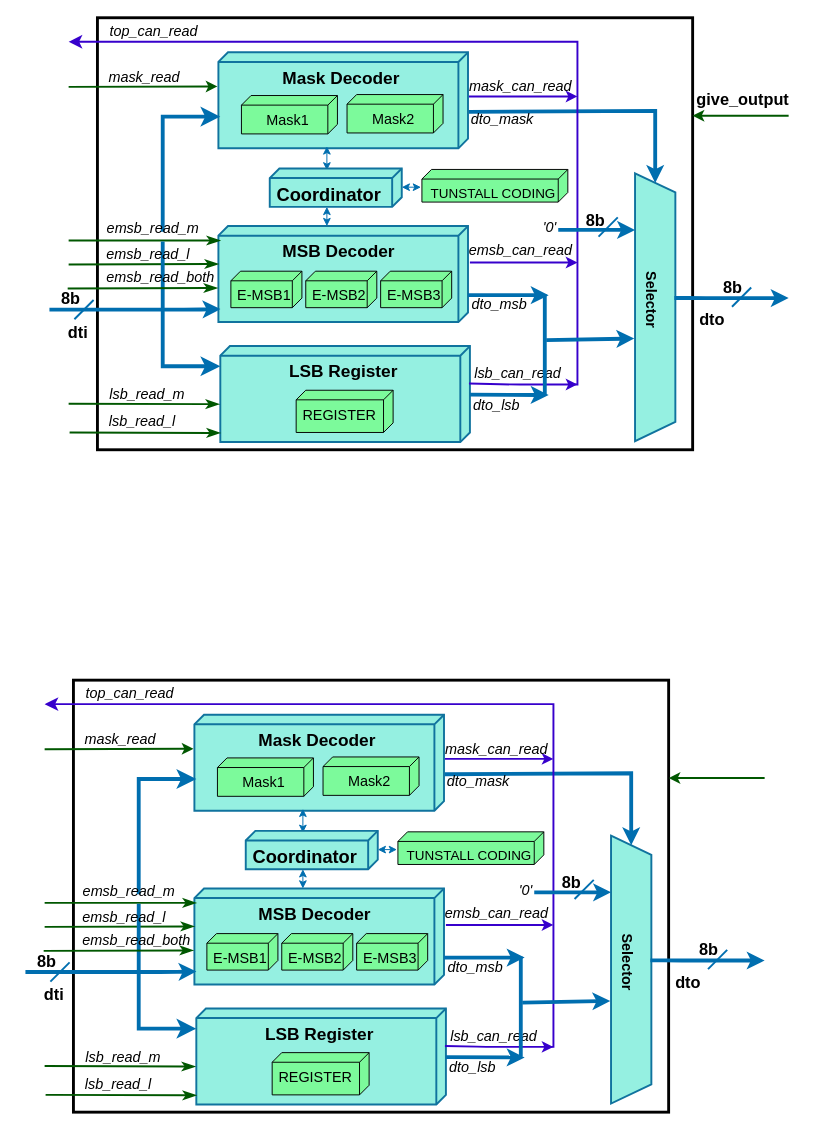
Earlier version of the draw.io diagram decompressor.drawio (Nithyarajoman/Drawio-figures). Source tidied: cells renumbered, new cells numbered last; positions are measured from the earlier drawing's top-left corner, leaving out a move shared by most shapes. Both pictures are drawn from the tidied source at 96%, with x=0, y=0 at pixel (25, 16).
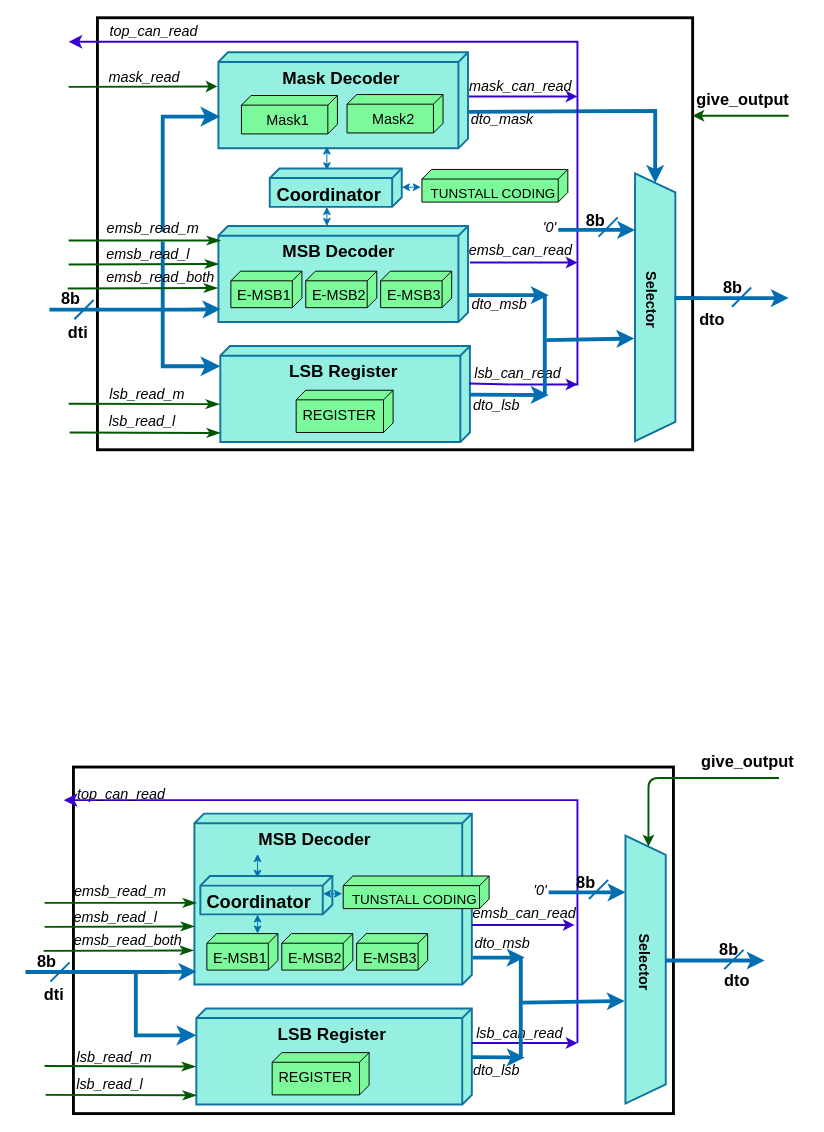
The same diagram, later.

The edit, as a diff of the source:
```diff
@@
     <mxCell id="63" style="rounded=0;whiteSpace=wrap;html=1;fillStyle=solid;strokeColor=#000000;strokeWidth=3;fillColor=none;" parent="1" vertex="1">
-      <mxGeometry x="50" y="691" width="620" height="450" as="geometry" />
+      <mxGeometry x="50" y="781.5" width="625" height="361" as="geometry" />
     </mxCell>
     <mxCell id="64" value="&lt;font style=&quot;font-size: 15px;&quot;&gt;&lt;i&gt;'0'&lt;/i&gt;&lt;/font&gt;" style="text;strokeColor=none;align=center;fillColor=none;html=1;verticalAlign=middle;whiteSpace=wrap;rounded=0;fontSize=17;" parent="1" vertex="1">
-      <mxGeometry x="511" y="895" width="21" height="30" as="geometry" />
+      <mxGeometry x="526" y="895" width="21" height="30" as="geometry" />
     </mxCell>
     <mxCell id="65" value="&lt;font size=&quot;1&quot; color=&quot;#000000&quot;&gt;&lt;b style=&quot;font-size: 18px;&quot;&gt;LSB Register&lt;/b&gt;&lt;/font&gt;" style="verticalAlign=top;align=center;shape=cube;size=10;direction=south;fontStyle=0;html=1;boundedLbl=1;spacingLeft=5;rounded=1;fillColor=#95F0E1;strokeColor=#10739e;strokeWidth=2;" parent="1" vertex="1">
-      <mxGeometry x="178" y="1033" width="260" height="100" as="geometry" />
+      <mxGeometry x="178" y="1033" width="287" height="100" as="geometry" />
     </mxCell>
-    <mxCell id="66" value="&lt;font style=&quot;font-size: 18px;&quot; color=&quot;#000000&quot;&gt;&amp;nbsp; &amp;nbsp; &amp;nbsp; &amp;nbsp; &amp;nbsp; &amp;nbsp;&amp;nbsp;&lt;b&gt;Mask Decoder&lt;/b&gt;&lt;/font&gt;" style="verticalAlign=top;align=left;shape=cube;size=10;direction=south;fontStyle=0;html=1;boundedLbl=1;spacingLeft=5;rounded=1;fillColor=#95F0E1;strokeColor=#10739e;strokeWidth=2;" parent="1" vertex="1">
-      <mxGeometry x="176" y="727" width="260" height="100" as="geometry" />
-    </mxCell>
-    <mxCell id="67" value="&lt;font style=&quot;font-size: 15px;&quot;&gt;Mask1&lt;/font&gt;" style="verticalAlign=top;align=center;shape=cube;size=10;direction=south;html=1;boundedLbl=1;spacingLeft=5;rounded=1;fillColor=#7CFA9B;strokeColor=#000000;fontColor=#000000;" parent="66" vertex="1">
-      <mxGeometry width="100" height="40" relative="1" as="geometry">
-        <mxPoint x="24" y="45" as="offset" />
-      </mxGeometry>
-    </mxCell>
-    <mxCell id="68" value="&lt;font style=&quot;font-size: 15px;&quot;&gt;Mask2&lt;/font&gt;" style="verticalAlign=top;align=center;shape=cube;size=10;direction=south;html=1;boundedLbl=1;spacingLeft=5;rounded=1;fillColor=#7CFA9B;strokeColor=#000000;fontColor=#000000;" parent="66" vertex="1">
-      <mxGeometry width="100" height="40" relative="1" as="geometry">
-        <mxPoint x="134" y="44" as="offset" />
-      </mxGeometry>
-    </mxCell>
     <mxCell id="69" value="&lt;font size=&quot;1&quot; color=&quot;#000000&quot;&gt;&lt;b style=&quot;font-size: 18px;&quot;&gt;&amp;nbsp; &amp;nbsp; &amp;nbsp; &amp;nbsp; &amp;nbsp; &amp;nbsp; MSB Decoder&lt;/b&gt;&lt;/font&gt;" style="verticalAlign=top;align=left;shape=cube;size=10;direction=south;fontStyle=0;html=1;boundedLbl=1;spacingLeft=5;rounded=1;fillColor=#95F0E1;strokeColor=#10739e;strokeWidth=2;" parent="1" vertex="1">
-      <mxGeometry x="176" y="908" width="260" height="100" as="geometry" />
+      <mxGeometry x="176" y="830" width="289" height="178" as="geometry" />
     </mxCell>
@@
     <mxCell id="71" style="shape=trapezoid;perimeter=trapezoidPerimeter;whiteSpace=wrap;html=1;fixedSize=1;strokeColor=#10739e;fillColor=#95F0E1;direction=south;strokeWidth=2;" parent="1" vertex="1">
-      <mxGeometry x="610" y="853" width="42" height="279" as="geometry" />
+      <mxGeometry x="625" y="853" width="42" height="279" as="geometry" />
     </mxCell>
-    <mxCell id="72" style="html=1;fontColor=#000000;shadow=0;strokeColor=#006EAF;strokeWidth=4;entryX=0;entryY=0.5;entryDx=0;entryDy=0;rounded=0;" parent="1" edge="1" target="71">
-      <mxGeometry relative="1" as="geometry">
-        <mxPoint x="437" y="789" as="sourcePoint" />
-        <Array as="points">
-          <mxPoint x="631" y="788" />
-        </Array>
-      </mxGeometry>
-    </mxCell>
-    <mxCell id="73" style="edgeStyle=none;html=1;fontColor=#000000;shadow=0;strokeColor=#006EAF;strokeWidth=4;" parent="1" edge="1">
+    <mxCell id="73" style="edgeStyle=none;html=1;fontColor=#000000;shadow=0;strokeColor=#006EAF;strokeWidth=4;exitX=0.466;exitY=-0.004;exitDx=0;exitDy=0;exitPerimeter=0;" parent="1" edge="1" source="71">
       <mxGeometry relative="1" as="geometry">
-        <mxPoint x="651" y="982.9" as="sourcePoint" />
         <mxPoint x="770" y="983" as="targetPoint" />
         <Array as="points">
           <mxPoint x="674" y="983" />
         </Array>
       </mxGeometry>
     </mxCell>
@@
     <mxCell id="76" value="&lt;font size=&quot;1&quot; color=&quot;#000000&quot;&gt;&lt;b style=&quot;font-size: 15px;&quot;&gt;Selector&lt;/b&gt;&lt;/font&gt;" style="text;strokeColor=none;align=center;fillColor=none;html=1;verticalAlign=middle;whiteSpace=wrap;rounded=0;direction=west;spacingRight=0;labelPosition=center;verticalLabelPosition=middle;flipV=0;flipH=1;rotation=90;" parent="1" vertex="1">
-      <mxGeometry x="598" y="978" width="60" height="14" as="geometry" />
+      <mxGeometry x="616" y="978" width="60" height="14" as="geometry" />
     </mxCell>
-    <mxCell id="77" style="html=1;fontColor=#000000;shadow=0;strokeColor=#3700CC;fillColor=#6a00ff;strokeWidth=2;" parent="1" edge="1">
-      <mxGeometry relative="1" as="geometry">
-        <mxPoint x="437" y="773" as="sourcePoint" />
-        <mxPoint x="550" y="773" as="targetPoint" />
-      </mxGeometry>
-    </mxCell>
     <mxCell id="78" style="edgeStyle=none;html=1;fontColor=#000000;shadow=0;strokeColor=#3700CC;fillColor=#6a00ff;strokeWidth=2;" parent="1" edge="1">
       <mxGeometry relative="1" as="geometry">
-        <mxPoint x="438" y="946" as="sourcePoint" />
-        <mxPoint x="550" y="946" as="targetPoint" />
+        <mxPoint x="465" y="946" as="sourcePoint" />
+        <mxPoint x="572" y="946" as="targetPoint" />
       </mxGeometry>
     </mxCell>
     <mxCell id="79" style="edgeStyle=segmentEdgeStyle;endArrow=classic;html=1;curved=0;rounded=0;endSize=8;startSize=8;fontColor=#000000;strokeColor=#3700CC;fillColor=#6a00ff;strokeWidth=2;" parent="1" edge="1">
       <mxGeometry relative="1" as="geometry">
-        <mxPoint x="540" y="1073" as="sourcePoint" />
-        <mxPoint x="20" y="716" as="targetPoint" />
+        <mxPoint x="575" y="1069" as="sourcePoint" />
+        <mxPoint x="40" y="816" as="targetPoint" />
         <Array as="points">
-          <mxPoint x="540" y="1073" />
-          <mxPoint x="550" y="1073" />
-          <mxPoint x="550" y="716" />
+          <mxPoint x="575" y="1069" />
+          <mxPoint x="575" y="816" />
         </Array>
       </mxGeometry>
     </mxCell>
     <mxCell id="80" style="edgeStyle=none;html=1;fontColor=#000000;shadow=0;strokeColor=#3700CC;fillColor=#6a00ff;strokeWidth=2;" parent="1" edge="1">
       <mxGeometry relative="1" as="geometry">
-        <mxPoint x="437" y="1072" as="sourcePoint" />
-        <mxPoint x="550" y="1073" as="targetPoint" />
+        <mxPoint x="465" y="1069" as="sourcePoint" />
+        <mxPoint x="575" y="1069" as="targetPoint" />
         <Array as="points">
-          <mxPoint x="480" y="1073" />
+          <mxPoint x="502" y="1069" />
         </Array>
       </mxGeometry>
     </mxCell>
@@
-    <mxCell id="82" style="edgeStyle=segmentEdgeStyle;endArrow=classic;html=1;curved=0;rounded=0;endSize=8;startSize=8;strokeColor=#006EAF;fillColor=#1ba1e2;strokeWidth=4;" parent="1" edge="1">
-      <mxGeometry relative="1" as="geometry">
-        <mxPoint x="118" y="914" as="sourcePoint" />
-        <mxPoint x="178" y="794" as="targetPoint" />
-        <Array as="points">
-          <mxPoint x="118" y="914" />
-          <mxPoint x="118" y="794" />
-        </Array>
-      </mxGeometry>
-    </mxCell>
     <mxCell id="83" style="edgeStyle=segmentEdgeStyle;endArrow=classic;html=1;curved=0;rounded=0;endSize=8;startSize=8;strokeColor=#006EAF;fillColor=#1ba1e2;strokeWidth=4;" parent="1" edge="1">
       <mxGeometry relative="1" as="geometry">
-        <mxPoint x="118" y="924" as="sourcePoint" />
-        <mxPoint x="178" y="1054" as="targetPoint" />
+        <mxPoint x="115" y="997" as="sourcePoint" />
+        <mxPoint x="178" y="1061" as="targetPoint" />
         <Array as="points">
-          <mxPoint x="118" y="924" />
-          <mxPoint x="118" y="1054" />
+          <mxPoint x="115" y="1061" />
         </Array>
       </mxGeometry>
     </mxCell>
-    <mxCell id="84" style="endArrow=classic;startArrow=none;endFill=1;startFill=0;html=1;verticalAlign=bottom;labelBackgroundColor=none;strokeWidth=2;shadow=0;sketch=0;fontColor=#000000;fillColor=#008a00;strokeColor=#005700;" parent="1" edge="1">
-      <mxGeometry relative="1" as="geometry">
-        <mxPoint x="20" y="763" as="sourcePoint" />
-        <mxPoint x="175" y="762.5" as="targetPoint" />
-      </mxGeometry>
-    </mxCell>
@@
-    <mxCell id="86" style="html=1;fontColor=#000000;shadow=0;strokeColor=#006EAF;strokeWidth=4;" parent="1" edge="1">
+    <mxCell id="86" style="html=1;fontColor=#000000;shadow=0;strokeColor=#006EAF;strokeWidth=4;exitX=0.433;exitY=0.167;exitDx=0;exitDy=0;exitPerimeter=0;" parent="1" edge="1">
       <mxGeometry relative="1" as="geometry">
-        <mxPoint x="436" y="980" as="sourcePoint" />
+        <mxPoint x="466" y="980" as="sourcePoint" />
         <mxPoint x="520" y="980" as="targetPoint" />
       </mxGeometry>
     </mxCell>
@@
     <mxCell id="88" style="endArrow=none;html=1;strokeColor=#006EAF;strokeWidth=2;" parent="1" edge="1">
       <mxGeometry relative="1" as="geometry">
-        <mxPoint x="711" y="992" as="sourcePoint" />
-        <mxPoint x="731" y="972" as="targetPoint" />
+        <mxPoint x="728" y="992" as="sourcePoint" />
+        <mxPoint x="748" y="972" as="targetPoint" />
       </mxGeometry>
     </mxCell>
@@
     <mxCell id="90" value="&lt;b&gt;&lt;font style=&quot;font-size: 17px;&quot;&gt;8b&lt;/font&gt;&lt;/b&gt;" style="text;strokeColor=none;align=center;fillColor=none;html=1;verticalAlign=middle;whiteSpace=wrap;rounded=0;" parent="1" vertex="1">
-      <mxGeometry x="677" y="960" width="70" height="25" as="geometry" />
+      <mxGeometry x="698" y="960" width="70" height="25" as="geometry" />
     </mxCell>
     <mxCell id="91" value="&lt;b&gt;&lt;font style=&quot;font-size: 17px;&quot;&gt;dto&lt;/font&gt;&lt;/b&gt;" style="text;strokeColor=none;align=center;fillColor=none;html=1;verticalAlign=middle;whiteSpace=wrap;rounded=0;" parent="1" vertex="1">
-      <mxGeometry x="649.5" y="990" width="80.5" height="33" as="geometry" />
+      <mxGeometry x="701" y="988" width="80.5" height="33" as="geometry" />
     </mxCell>
-    <mxCell id="92" value="&lt;font style=&quot;font-size: 15px;&quot;&gt;&lt;i&gt;mask_read&lt;/i&gt;&lt;/font&gt;" style="text;strokeColor=none;align=center;fillColor=none;html=1;verticalAlign=middle;whiteSpace=wrap;rounded=0;fontSize=17;" parent="1" vertex="1">
-      <mxGeometry x="69" y="738" width="60" height="30" as="geometry" />
-    </mxCell>
     <mxCell id="93" value="&lt;font style=&quot;font-size: 15px;&quot;&gt;&lt;i&gt;emsb_read_m&lt;/i&gt;&lt;/font&gt;" style="text;strokeColor=none;align=center;fillColor=none;html=1;verticalAlign=middle;whiteSpace=wrap;rounded=0;fontSize=17;" parent="1" vertex="1">
-      <mxGeometry x="78" y="893" width="60" height="35" as="geometry" />
+      <mxGeometry x="69" y="893" width="60" height="35" as="geometry" />
     </mxCell>
     <mxCell id="94" value="&lt;font style=&quot;font-size: 15px;&quot;&gt;&lt;i&gt;emsb_read_l&lt;/i&gt;&lt;/font&gt;" style="text;strokeColor=none;align=center;fillColor=none;html=1;verticalAlign=middle;whiteSpace=wrap;rounded=0;fontSize=17;" parent="1" vertex="1">
-      <mxGeometry x="73" y="923" width="60" height="30" as="geometry" />
+      <mxGeometry x="64" y="923" width="60" height="30" as="geometry" />
     </mxCell>
     <mxCell id="95" value="&lt;font style=&quot;font-size: 15px;&quot;&gt;&lt;i&gt;lsb_read_m&lt;/i&gt;&lt;/font&gt;" style="text;strokeColor=none;align=center;fillColor=none;html=1;verticalAlign=middle;whiteSpace=wrap;rounded=0;fontSize=17;" parent="1" vertex="1">
-      <mxGeometry x="72" y="1069" width="60" height="30" as="geometry" />
+      <mxGeometry x="63" y="1069" width="60" height="30" as="geometry" />
     </mxCell>
     <mxCell id="96" value="&lt;font style=&quot;font-size: 15px;&quot;&gt;&lt;i&gt;lsb_read_l&lt;/i&gt;&lt;/font&gt;" style="text;strokeColor=none;align=center;fillColor=none;html=1;verticalAlign=middle;whiteSpace=wrap;rounded=0;fontSize=17;" parent="1" vertex="1">
-      <mxGeometry x="67" y="1097" width="60" height="30" as="geometry" />
+      <mxGeometry x="58" y="1097" width="60" height="30" as="geometry" />
     </mxCell>
-    <mxCell id="97" value="&lt;font style=&quot;font-size: 15px;&quot;&gt;&lt;i&gt;mask_can_read&lt;/i&gt;&lt;/font&gt;" style="text;strokeColor=none;align=center;fillColor=none;html=1;verticalAlign=middle;whiteSpace=wrap;rounded=0;fontSize=17;" parent="1" vertex="1">
-      <mxGeometry x="461" y="748" width="60" height="30" as="geometry" />
-    </mxCell>
     <mxCell id="98" value="&lt;font style=&quot;font-size: 15px;&quot;&gt;&lt;i&gt;emsb_can_read&lt;/i&gt;&lt;/font&gt;" style="text;strokeColor=none;align=center;fillColor=none;html=1;verticalAlign=middle;whiteSpace=wrap;rounded=0;fontSize=17;" parent="1" vertex="1">
-      <mxGeometry x="461" y="919" width="60" height="30" as="geometry" />
+      <mxGeometry x="490" y="919" width="60" height="30" as="geometry" />
     </mxCell>
     <mxCell id="99" value="&lt;font style=&quot;font-size: 15px;&quot;&gt;&lt;i&gt;lsb_can_read&lt;/i&gt;&lt;/font&gt;" style="text;strokeColor=none;align=center;fillColor=none;html=1;verticalAlign=middle;whiteSpace=wrap;rounded=0;fontSize=17;" parent="1" vertex="1">
-      <mxGeometry x="458" y="1047" width="60" height="30" as="geometry" />
+      <mxGeometry x="485" y="1044" width="60" height="30" as="geometry" />
     </mxCell>
@@
     <mxCell id="101" value="&lt;font style=&quot;font-size: 15px;&quot;&gt;&lt;i&gt;top_can_read&lt;/i&gt;&lt;/font&gt;" style="text;strokeColor=none;align=center;fillColor=none;html=1;verticalAlign=middle;whiteSpace=wrap;rounded=0;fontSize=17;" parent="1" vertex="1">
-      <mxGeometry x="79" y="690" width="60" height="30" as="geometry" />
+      <mxGeometry x="70" y="795" width="60" height="30" as="geometry" />
     </mxCell>
@@
-    <mxCell id="104" value="&lt;font style=&quot;font-size: 15px;&quot;&gt;&lt;i&gt;dto_mask&lt;/i&gt;&lt;/font&gt;" style="text;strokeColor=none;align=center;fillColor=none;html=1;verticalAlign=middle;whiteSpace=wrap;rounded=0;fontSize=17;" parent="1" vertex="1">
-      <mxGeometry x="442" y="782" width="60" height="30" as="geometry" />
-    </mxCell>
-    <mxCell id="105" value="&lt;font style=&quot;font-size: 15px;&quot;&gt;&lt;i&gt;dto_msb&lt;/i&gt;&lt;/font&gt;" style="text;strokeColor=none;align=center;fillColor=none;html=1;verticalAlign=middle;whiteSpace=wrap;rounded=0;fontSize=17;" parent="1" vertex="1">
-      <mxGeometry x="439" y="975" width="60" height="30" as="geometry" />
-    </mxCell>
     <mxCell id="106" value="&lt;font style=&quot;font-size: 15px;&quot;&gt;&lt;i&gt;dto_lsb&lt;/i&gt;&lt;/font&gt;" style="text;strokeColor=none;align=center;fillColor=none;html=1;verticalAlign=middle;whiteSpace=wrap;rounded=0;fontSize=17;" parent="1" vertex="1">
-      <mxGeometry x="436" y="1080" width="60" height="30" as="geometry" />
+      <mxGeometry x="461" y="1083" width="60" height="30" as="geometry" />
     </mxCell>
     <mxCell id="107" style="html=1;fontColor=#000000;shadow=0;strokeColor=#006EAF;strokeWidth=4;" parent="1" edge="1">
       <mxGeometry relative="1" as="geometry">
-        <mxPoint x="530" y="912" as="sourcePoint" />
-        <mxPoint x="610" y="912" as="targetPoint" />
+        <mxPoint x="545" y="912" as="sourcePoint" />
+        <mxPoint x="625" y="912" as="targetPoint" />
       </mxGeometry>
     </mxCell>
     <mxCell id="108" value="&lt;b&gt;&lt;font style=&quot;font-size: 17px;&quot;&gt;8b&lt;/font&gt;&lt;/b&gt;" style="text;strokeColor=none;align=center;fillColor=none;html=1;verticalAlign=middle;whiteSpace=wrap;rounded=0;" parent="1" vertex="1">
-      <mxGeometry x="538" y="890" width="62" height="25" as="geometry" />
+      <mxGeometry x="553" y="890" width="62" height="25" as="geometry" />
     </mxCell>
     <mxCell id="109" style="endArrow=none;html=1;strokeColor=#006EAF;strokeWidth=2;" parent="1" edge="1">
       <mxGeometry relative="1" as="geometry">
-        <mxPoint x="572" y="919" as="sourcePoint" />
-        <mxPoint x="592" y="899" as="targetPoint" />
+        <mxPoint x="587" y="919" as="sourcePoint" />
+        <mxPoint x="607" y="899" as="targetPoint" />
       </mxGeometry>
     </mxCell>
-    <mxCell id="110" style="endArrow=classic;startArrow=none;endFill=1;startFill=0;html=1;verticalAlign=bottom;labelBackgroundColor=none;strokeWidth=2;shadow=0;sketch=0;fontColor=#000000;fillColor=#008a00;strokeColor=#005700;" parent="1" edge="1">
+    <mxCell id="110" style="endArrow=classic;startArrow=none;endFill=1;startFill=0;html=1;verticalAlign=bottom;labelBackgroundColor=none;strokeWidth=2;shadow=0;sketch=0;fontColor=#000000;fillColor=#008a00;strokeColor=#005700;entryX=0.04;entryY=0.429;entryDx=0;entryDy=0;entryPerimeter=0;" parent="1" edge="1" target="71">
       <mxGeometry relative="1" as="geometry">
-        <mxPoint x="770" y="793" as="sourcePoint" />
-        <mxPoint x="670" y="793" as="targetPoint" />
+        <mxPoint x="785" y="793" as="sourcePoint" />
+        <Array as="points">
+          <mxPoint x="710" y="793" />
+          <mxPoint x="649" y="793" />
+        </Array>
       </mxGeometry>
     </mxCell>
@@
     <mxCell id="113" value="&lt;font style=&quot;font-size: 15px;&quot;&gt;&lt;i&gt;emsb_read_both&lt;/i&gt;&lt;/font&gt;" style="text;strokeColor=none;align=center;fillColor=none;html=1;verticalAlign=middle;whiteSpace=wrap;rounded=0;fontSize=17;" parent="1" vertex="1">
-      <mxGeometry x="86" y="947" width="60" height="30" as="geometry" />
+      <mxGeometry x="77" y="947" width="60" height="30" as="geometry" />
     </mxCell>
     <mxCell id="114" style="endArrow=classic;startArrow=classic;html=1;rounded=0;strokeColor=#006eaf;fontColor=default;exitX=0.125;exitY=0.502;exitDx=0;exitDy=0;exitPerimeter=0;" parent="1" edge="1">
       <mxGeometry relative="1" as="geometry">
-        <mxPoint x="289" y="850" as="sourcePoint" />
-        <mxPoint x="289" y="825" as="targetPoint" />
+        <mxPoint x="241.7" y="897" as="sourcePoint" />
+        <mxPoint x="241.8" y="872" as="targetPoint" />
       </mxGeometry>
     </mxCell>
     <mxCell id="115" value="&lt;font style=&quot;font-size: 14px;&quot;&gt;TUNSTALL CODING&lt;/font&gt;" style="verticalAlign=top;align=center;shape=cube;size=10;direction=south;html=1;boundedLbl=1;spacingLeft=5;rounded=1;fillColor=#7CFA9B;fontColor=#000000;strokeColor=#000000;" parent="1" vertex="1">
-      <mxGeometry x="388" y="849" width="152" height="34" as="geometry" />
+      <mxGeometry x="331" y="895" width="152" height="34" as="geometry" />
     </mxCell>
     <mxCell id="116" style="endArrow=classic;startArrow=classic;html=1;rounded=0;strokeColor=#006eaf;fontColor=default;" parent="1" edge="1">
       <mxGeometry relative="1" as="geometry">
-        <mxPoint x="289" y="908" as="sourcePoint" />
-        <mxPoint x="289" y="888" as="targetPoint" />
+        <mxPoint x="241.8" y="955" as="sourcePoint" />
+        <mxPoint x="241.8" y="935" as="targetPoint" />
       </mxGeometry>
     </mxCell>
@@
     <mxCell id="120" value="&lt;font size=&quot;1&quot; style=&quot;&quot; color=&quot;#000000&quot;&gt;&lt;b style=&quot;font-size: 19px;&quot;&gt;Coordinator&lt;/b&gt;&lt;/font&gt;" style="verticalAlign=top;align=left;shape=cube;size=10;direction=south;fontStyle=0;html=1;boundedLbl=1;spacingLeft=5;rounded=1;fillColor=#95F0E1;strokeColor=#10739e;strokeWidth=2;" parent="1" vertex="1">
-      <mxGeometry x="229.5" y="848" width="137.5" height="40" as="geometry" />
+      <mxGeometry x="182.2" y="895" width="137.5" height="40" as="geometry" />
     </mxCell>
     <mxCell id="121" style="endArrow=classic;startArrow=classic;html=1;rounded=0;strokeColor=#006eaf;fontColor=default;" parent="1" edge="1">
       <mxGeometry relative="1" as="geometry">
-        <mxPoint x="387" y="867.5" as="sourcePoint" />
-        <mxPoint x="367" y="867.5" as="targetPoint" />
+        <mxPoint x="330" y="913.5" as="sourcePoint" />
+        <mxPoint x="310" y="913.5" as="targetPoint" />
       </mxGeometry>
     </mxCell>
@@
+    <mxCell id="123" value="&lt;b&gt;&lt;font style=&quot;font-size: 17px;&quot;&gt;give_output&lt;/font&gt;&lt;/b&gt;" style="text;strokeColor=none;align=center;fillColor=none;html=1;verticalAlign=middle;whiteSpace=wrap;rounded=0;" parent="1" vertex="1">
+      <mxGeometry x="690" y="762" width="125" height="30" as="geometry" />
+    </mxCell>
+    <mxCell id="105" value="&lt;font style=&quot;font-size: 15px;&quot;&gt;&lt;i&gt;dto_msb&lt;/i&gt;&lt;/font&gt;" style="text;strokeColor=none;align=center;fillColor=none;html=1;verticalAlign=middle;whiteSpace=wrap;rounded=0;fontSize=17;" parent="1" vertex="1">
+      <mxGeometry x="467" y="950" width="60" height="30" as="geometry" />
+    </mxCell>
```
